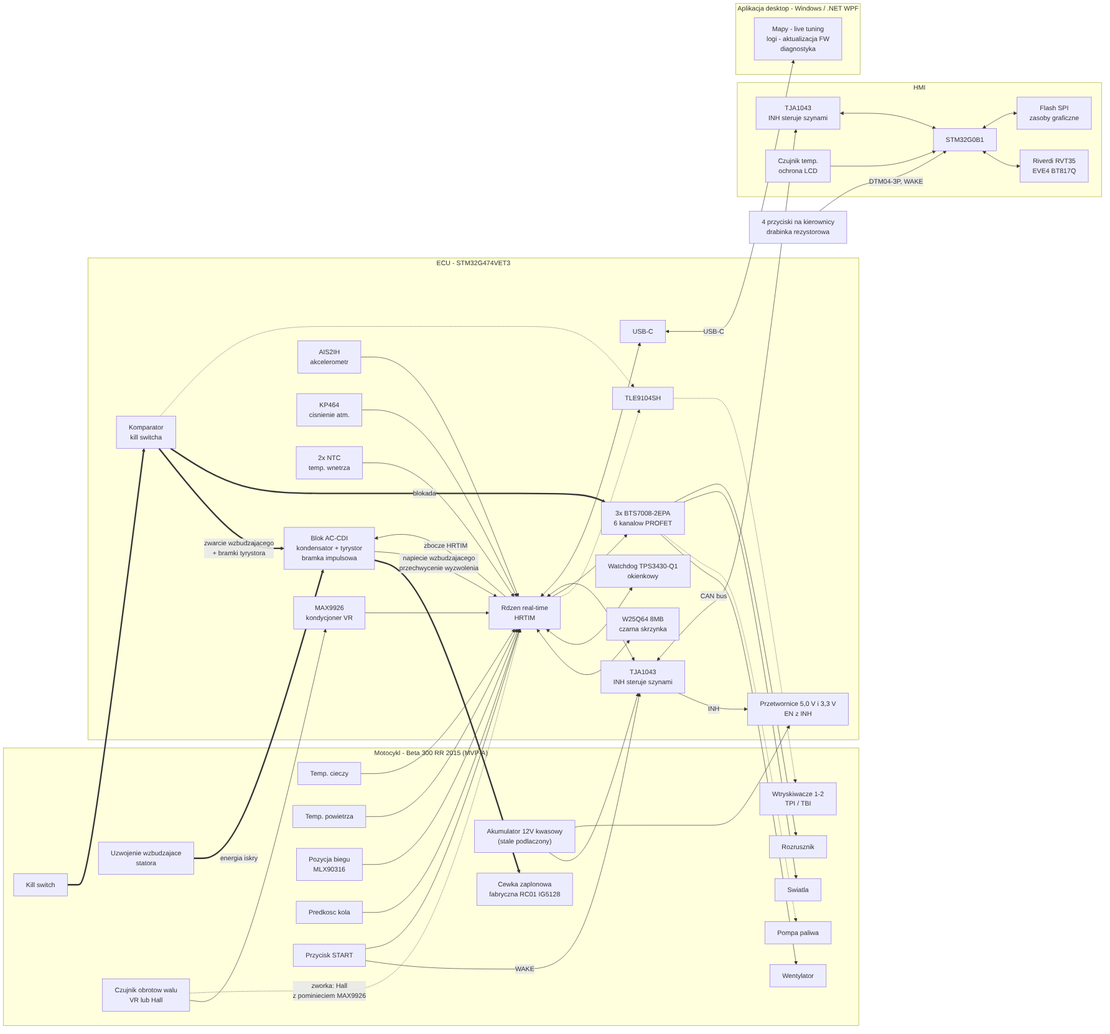
The Mermaid diagram diagrams/architektura-systemu.png in DustWorx/DustONE-project-docs, before a commit. Its source is kept beside it as diagrams/architektura-systemu.mermaid.
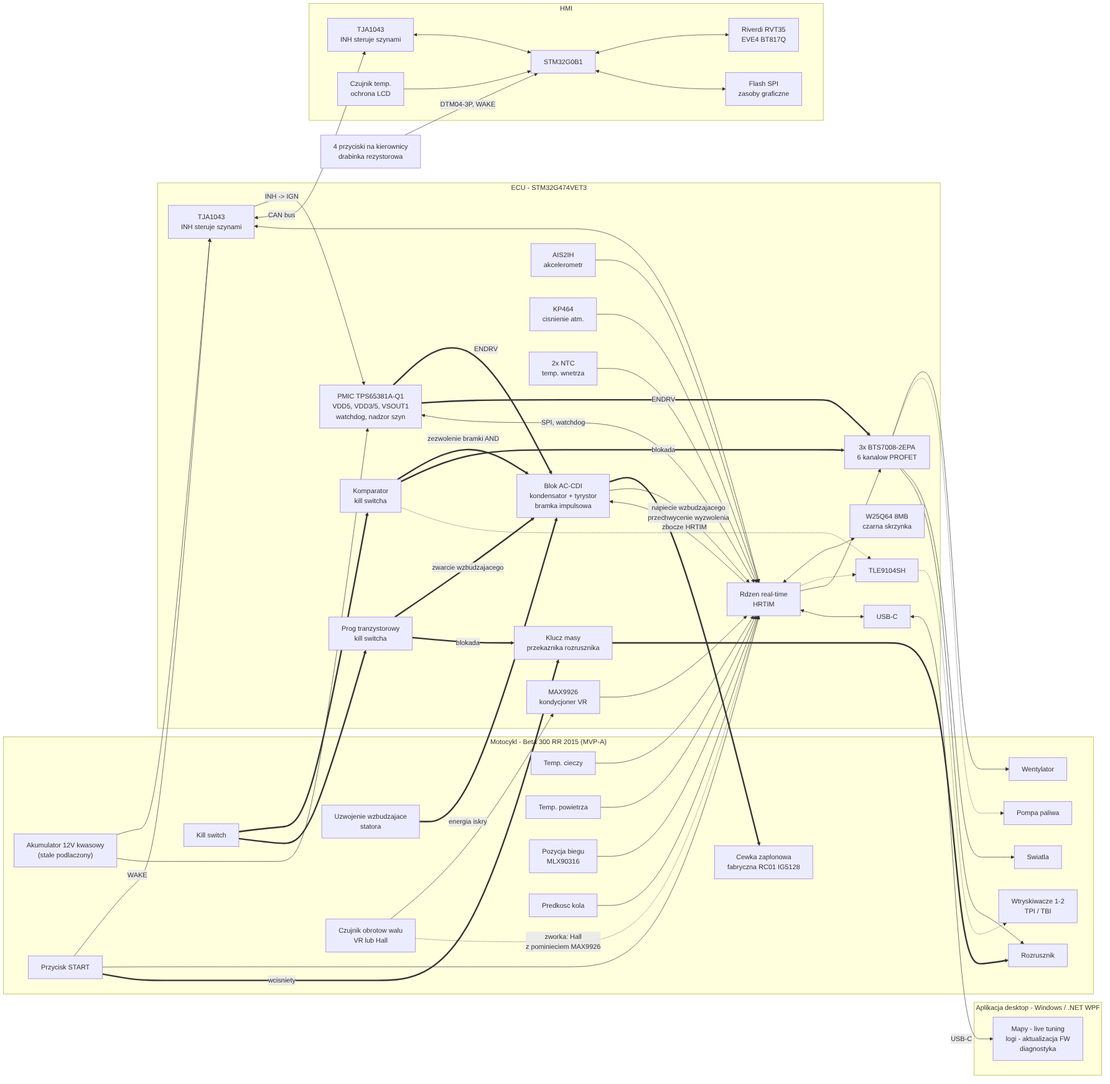
The same diagram one commit later.

Change to the diagram source:
```diff
@@ -21,15 +21,16 @@
 
     subgraph ECU["ECU - STM32G474VET3"]
         CAN1["TJA1043<br/>INH steruje szynami"]
-        PWR["Przetwornice 5,0 V i 3,3 V<br/>EN z INH"]
+        PWR["PMIC TPS65381A-Q1<br/>VDD5, VDD3/5, VSOUT1<br/>watchdog, nadzor szyn"]
         COND["MAX9926<br/>kondycjoner VR"]
         CORE["Rdzen real-time<br/>HRTIM"]
-        WD["Watchdog TPS3430-Q1<br/>okienkowy"]
         ACC["AIS2IH<br/>akcelerometr"]
         BARO["KP464<br/>cisnienie atm."]
         NTC["2x NTC<br/>temp. wnetrza"]
         NVM["W25Q64 8MB<br/>czarna skrzynka"]
         CMP["Komparator<br/>kill switcha"]
+        THR["Prog tranzystorowy<br/>kill switcha"]
+        SKEY["Klucz masy<br/>przekaznika rozrusznika"]
         CDI["Blok AC-CDI<br/>kondensator + tyrystor<br/>bramka impulsowa"]
         PROF["3x BTS7008-2EPA<br/>6 kanalow PROFET"]
         IDRV["TLE9104SH"]
@@ -51,7 +52,7 @@
     end
 
     BAT --> CAN1
-    CAN1 -->|"INH"| PWR
+    CAN1 -->|"INH -> IGN"| PWR
     BAT --> PWR
     BTNM -->|"WAKE"| CAN1
     BTNM --> CORE
@@ -62,8 +63,13 @@
     CDI -->|"napiecie wzbudzajacego<br/>przechwycenie wyzwolenia"| CORE
 
     KILL ==> CMP
-    CMP ==>|"zwarcie wzbudzajacego<br/>+ bramki tyrystora"| CDI
+    KILL ==> THR
+    CMP ==>|"zezwolenie bramki AND"| CDI
+    THR ==>|"zwarcie wzbudzajacego"| CDI
     CMP ==>|"blokada"| PROF
+    THR ==>|"blokada"| SKEY
+    BTNM ==>|"wcisniety"| SKEY
+    SKEY ==> STR
     CMP -.-> IDRV
 
     VR --> COND --> CORE
@@ -76,7 +82,9 @@
     BARO --> CORE
     NTC --> CORE
     CORE <--> NVM
-    CORE <--> WD
+    CORE <-->|"SPI, watchdog"| PWR
+    PWR ==>|"ENDRV"| CDI
+    PWR ==>|"ENDRV"| PROF
 
     CORE -.-> IDRV -.-> INJ
     CORE --> PROF
```
